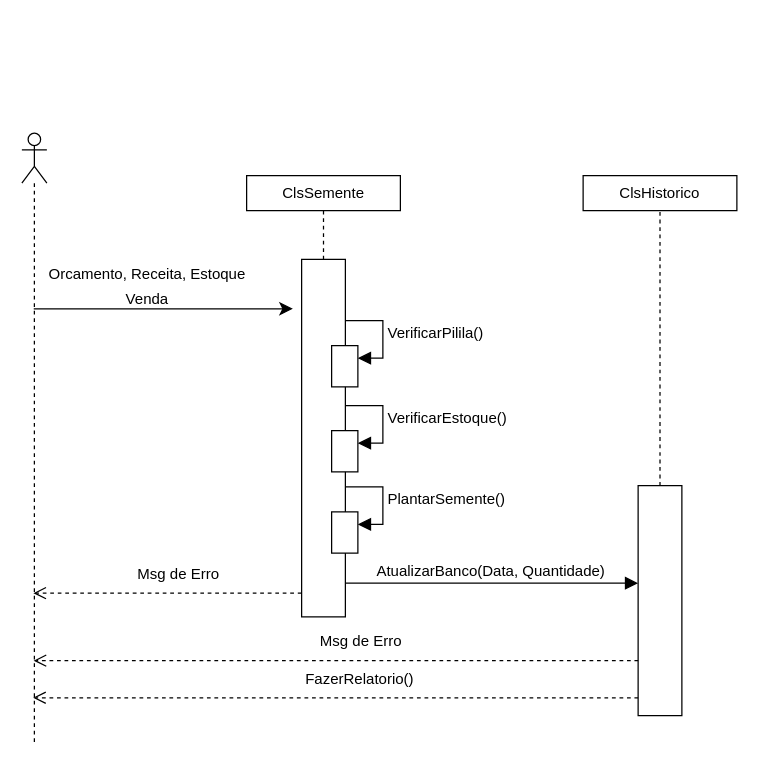
This is page "uso3" (10 of 10) of Tarefa1.drawio from ZardsMK/Trabahlo-DrawIO, a draw.io file, before an edit. Source tidied: cells renumbered, new cells numbered last; positions are measured from the earlier drawing's top-left corner, leaving out a move shared by most shapes. Both pictures are drawn from the tidied source at 125%, with x=0, y=0 at pixel (21, 132).
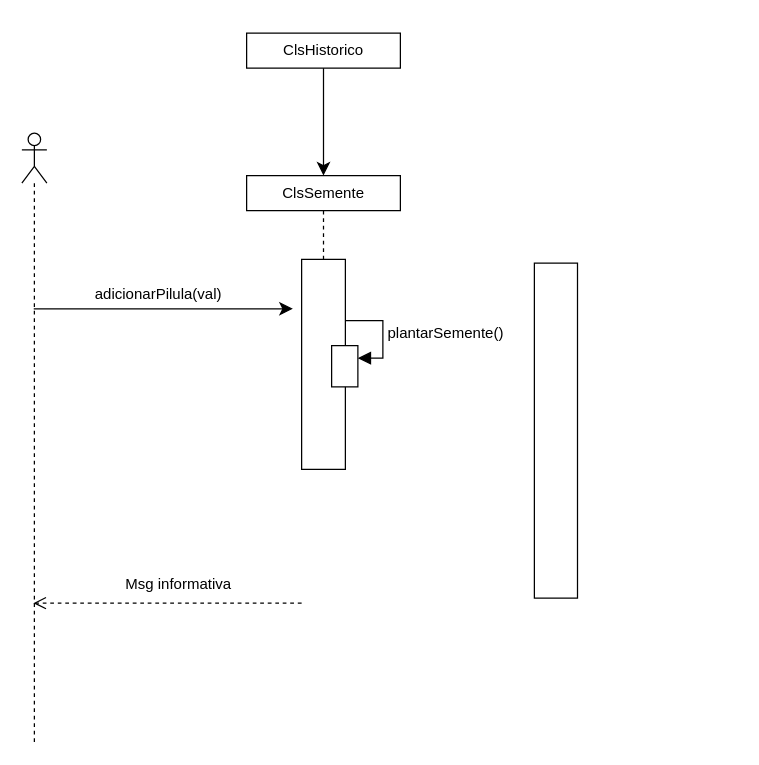
The same diagram, later.

The change refers to these unchanged cells:
```xml
<mxCell id="3" value="ClsSemente" style="html=1;whiteSpace=wrap;" parent="1" vertex="1">
  <mxGeometry x="179.8" y="34" width="123" height="28" as="geometry" />
</mxCell>
<mxCell id="10" style="html=1;points=[[0,0,0,0,5],[0,1,0,0,-5],[1,0,0,0,5],[1,1,0,0,-5]];perimeter=orthogonalPerimeter;outlineConnect=0;targetShapes=umlLifeline;portConstraint=eastwest;newEdgeStyle={&quot;curved&quot;:0,&quot;rounded&quot;:0};" parent="1" vertex="1">
  <mxGeometry x="247.8" y="170" width="21" height="33" as="geometry" />
</mxCell>
```

Change to the diagram source:
```diff
@@
+    <mxCell id="22" style="edgeStyle=none;curved=1;rounded=0;jettySize=auto;html=1;entryX=0.5;entryY=0;entryDx=0;entryDy=0;fontSize=12;startSize=8;endSize=8;" parent="1" edge="1" source="2" target="3">
+      <mxGeometry relative="1" as="geometry" />
+    </mxCell>
     <mxCell id="2" value="ClsHistorico" style="html=1;whiteSpace=wrap;" parent="1" vertex="1">
-      <mxGeometry x="449" y="34" width="123" height="28" as="geometry" />
+      <mxGeometry x="179.8" y="-80" width="123" height="28" as="geometry" />
     </mxCell>
@@
     <mxCell id="4" style="html=1;points=[[0,0,0,0,5],[0,1,0,0,-5],[1,0,0,0,5],[1,1,0,0,-5]];perimeter=orthogonalPerimeter;outlineConnect=0;targetShapes=umlLifeline;portConstraint=eastwest;newEdgeStyle={&quot;curved&quot;:0,&quot;rounded&quot;:0};" parent="1" vertex="1">
-      <mxGeometry x="223.8" y="101" width="35" height="286" as="geometry" />
+      <mxGeometry x="223.8" y="101" width="35" height="168" as="geometry" />
     </mxCell>
@@
-    <mxCell id="7" value="&lt;span style=&quot;font-size: 12px;&quot;&gt;Orcamento, Receita, Estoque&lt;/span&gt;&lt;div&gt;&lt;span style=&quot;font-size: 12px;&quot;&gt;Venda&lt;/span&gt;&lt;/div&gt;" style="text;html=1;align=center;verticalAlign=middle;strokeColor=none;fillColor=none;fontSize=16;" parent="1" vertex="1">
-      <mxGeometry x="12.8" y="95.5" width="175" height="50" as="geometry" />
+    <mxCell id="7" value="&lt;span style=&quot;font-size: 12px;&quot;&gt;adicionarPilula(val)&lt;/span&gt;" style="text;html=1;align=center;verticalAlign=middle;strokeColor=none;fillColor=none;fontSize=16;" parent="1" vertex="1">
+      <mxGeometry x="49" y="111" width="119" height="31" as="geometry" />
     </mxCell>
-    <mxCell id="8" style="html=1;points=[[0,0,0,0,5],[0,1,0,0,-5],[1,0,0,0,5],[1,1,0,0,-5]];perimeter=orthogonalPerimeter;outlineConnect=0;targetShapes=umlLifeline;portConstraint=eastwest;newEdgeStyle={&quot;curved&quot;:0,&quot;rounded&quot;:0};" parent="1" vertex="1">
-      <mxGeometry x="493" y="282" width="35" height="184" as="geometry" />
-    </mxCell>
@@
-    <mxCell id="11" value="VerificarPilila()" style="html=1;align=left;spacingLeft=2;endArrow=block;rounded=0;edgeStyle=orthogonalEdgeStyle;curved=0;rounded=0;fontSize=12;startSize=8;endSize=8;" parent="1" edge="1" target="10">
+    <mxCell id="11" value="plantarSemente()" style="html=1;align=left;spacingLeft=2;endArrow=block;rounded=0;edgeStyle=orthogonalEdgeStyle;curved=0;rounded=0;fontSize=12;startSize=8;endSize=8;" parent="1" edge="1" target="10">
       <mxGeometry relative="1" as="geometry">
         <mxPoint x="258.8" y="150" as="sourcePoint" />
         <Array as="points">
           <mxPoint x="288.8" y="180" />
         </Array>
       </mxGeometry>
     </mxCell>
-    <mxCell id="12" style="html=1;points=[[0,0,0,0,5],[0,1,0,0,-5],[1,0,0,0,5],[1,1,0,0,-5]];perimeter=orthogonalPerimeter;outlineConnect=0;targetShapes=umlLifeline;portConstraint=eastwest;newEdgeStyle={&quot;curved&quot;:0,&quot;rounded&quot;:0};" parent="1" vertex="1">
-      <mxGeometry x="247.8" y="238" width="21" height="33" as="geometry" />
-    </mxCell>
-    <mxCell id="13" value="VerificarEstoque()" style="html=1;align=left;spacingLeft=2;endArrow=block;rounded=0;edgeStyle=orthogonalEdgeStyle;curved=0;rounded=0;fontSize=12;startSize=8;endSize=8;" parent="1" edge="1" target="12">
-      <mxGeometry relative="1" as="geometry">
-        <mxPoint x="258.8" y="218" as="sourcePoint" />
-        <Array as="points">
-          <mxPoint x="288.8" y="248" />
-        </Array>
-      </mxGeometry>
-    </mxCell>
-    <mxCell id="14" style="html=1;points=[[0,0,0,0,5],[0,1,0,0,-5],[1,0,0,0,5],[1,1,0,0,-5]];perimeter=orthogonalPerimeter;outlineConnect=0;targetShapes=umlLifeline;portConstraint=eastwest;newEdgeStyle={&quot;curved&quot;:0,&quot;rounded&quot;:0};" parent="1" vertex="1">
-      <mxGeometry x="247.8" y="303" width="21" height="33" as="geometry" />
-    </mxCell>
-    <mxCell id="15" value="PlantarSemente()" style="html=1;align=left;spacingLeft=2;endArrow=block;rounded=0;edgeStyle=orthogonalEdgeStyle;curved=0;rounded=0;fontSize=12;startSize=8;endSize=8;" parent="1" edge="1" target="14">
-      <mxGeometry relative="1" as="geometry">
-        <mxPoint x="258.8" y="283" as="sourcePoint" />
-        <Array as="points">
-          <mxPoint x="288.8" y="313" />
-        </Array>
-      </mxGeometry>
-    </mxCell>
@@
-    <mxCell id="17" style="endArrow=none;dashed=1;html=1;rounded=0;fontSize=12;startSize=8;endSize=8;curved=1;entryX=0.5;entryY=1;entryDx=0;entryDy=0;" parent="1" edge="1" source="8" target="2">
-      <mxGeometry relative="1" as="geometry" />
-    </mxCell>
-    <mxCell id="18" value="AtualizarBanco(Data, Quantidade)" style="html=1;verticalAlign=bottom;endArrow=block;curved=0;rounded=0;fontSize=12;startSize=8;endSize=8;entryX=0;entryY=0.424;entryDx=0;entryDy=0;entryPerimeter=0;" parent="1" edge="1" source="4" target="8">
-      <mxGeometry x="-0.01" relative="1" as="geometry" />
-    </mxCell>
-    <mxCell id="19" value="Msg de Erro" style="endArrow=open;startArrow=none;endFill=0;startFill=0;endSize=8;html=1;verticalAlign=bottom;dashed=1;labelBackgroundColor=none;rounded=0;fontSize=12;curved=1;" parent="1" edge="1">
-      <mxGeometry x="-0.08" y="-6" relative="1" as="geometry">
-        <mxPoint x="493" y="422" as="sourcePoint" />
-        <mxPoint x="9.4" y="422" as="targetPoint" />
-        <Array as="points">
-          <mxPoint x="311" y="422" />
-        </Array>
-      </mxGeometry>
-    </mxCell>
-    <mxCell id="20" value="FazerRelatorio()" style="endArrow=open;startArrow=none;endFill=0;startFill=0;endSize=8;html=1;verticalAlign=bottom;dashed=1;labelBackgroundColor=none;rounded=0;fontSize=12;curved=1;" parent="1" edge="1">
-      <mxGeometry x="-0.08" y="-6" relative="1" as="geometry">
-        <mxPoint x="493" y="451.7" as="sourcePoint" />
-        <mxPoint x="9" y="451.7" as="targetPoint" />
-        <Array as="points">
-          <mxPoint x="311" y="451.7" />
-        </Array>
-      </mxGeometry>
-    </mxCell>
-    <mxCell id="21" value="Msg de Erro" style="endArrow=open;startArrow=none;endFill=0;startFill=0;endSize=8;html=1;verticalAlign=bottom;dashed=1;labelBackgroundColor=none;rounded=0;fontSize=12;curved=1;" parent="1" edge="1">
+    <mxCell id="21" value="Msg informativa" style="endArrow=open;startArrow=none;endFill=0;startFill=0;endSize=8;html=1;verticalAlign=bottom;dashed=1;labelBackgroundColor=none;rounded=0;fontSize=12;curved=1;" parent="1" edge="1">
       <mxGeometry x="-0.08" y="-6" relative="1" as="geometry">
-        <mxPoint x="223.8" y="368" as="sourcePoint" />
-        <mxPoint x="9.2" y="368" as="targetPoint" />
+        <mxPoint x="223.8" y="376" as="sourcePoint" />
+        <mxPoint x="9.2" y="376" as="targetPoint" />
         <Array as="points">
-          <mxPoint x="41.5" y="368" />
+          <mxPoint x="41.5" y="376" />
         </Array>
       </mxGeometry>
     </mxCell>
+    <mxCell id="23" style="html=1;perimeter=orthogonalPerimeter;targetShapes=umlLifeline;newEdgeStyle={&quot;curved&quot;:0,&quot;rounded&quot;:0};" parent="1" vertex="1">
+      <mxGeometry x="410" y="104" width="34.5" height="268" as="geometry" />
+    </mxCell>
```
